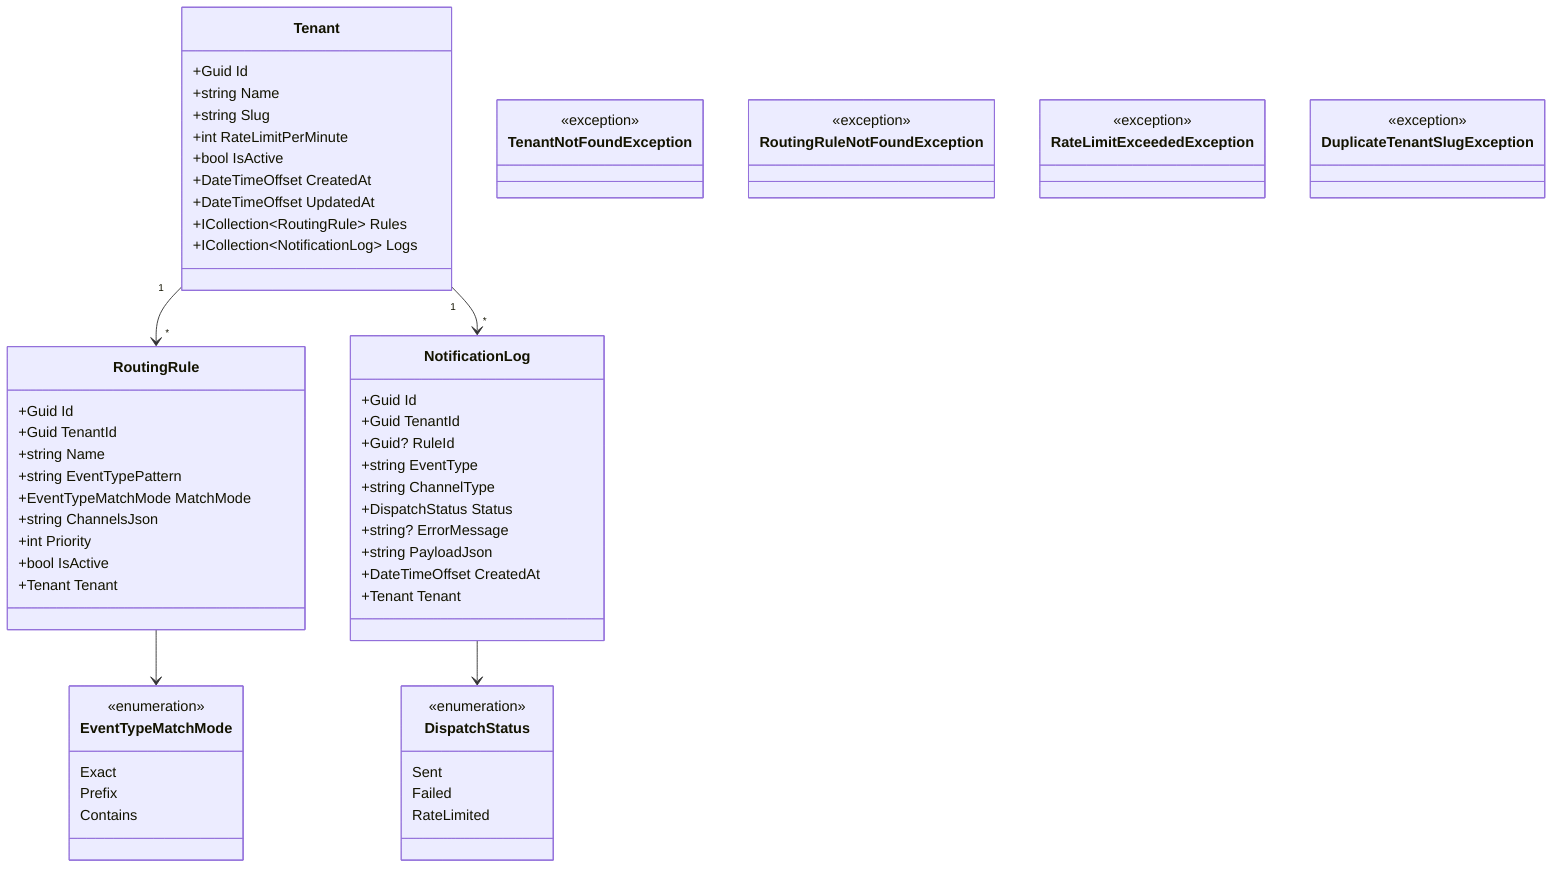
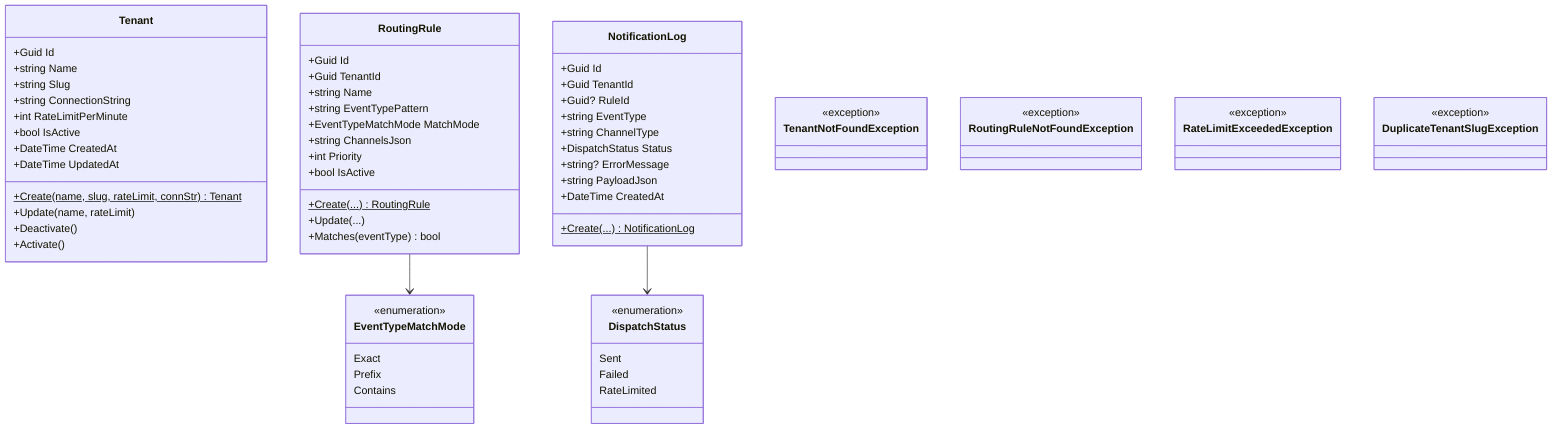
classDiagram
    class Tenant {
        +Guid Id
        +string Name
        +string Slug
+         +string ConnectionString
        +int RateLimitPerMinute
        +bool IsActive
-         +DateTimeOffset CreatedAt
-         +DateTimeOffset UpdatedAt
-         +ICollection~RoutingRule~ Rules
-         +ICollection~NotificationLog~ Logs
+         +DateTime CreatedAt
+         +DateTime UpdatedAt
+         +Create(name, slug, rateLimit, connStr) Tenant$
+         +Update(name, rateLimit)
+         +Deactivate()
+         +Activate()
    }
    class RoutingRule {
        +Guid Id
        +Guid TenantId
        +string Name
        +string EventTypePattern
        +EventTypeMatchMode MatchMode
        +string ChannelsJson
        +int Priority
        +bool IsActive
-         +Tenant Tenant
+         +Create(...) RoutingRule$
+         +Update(...)
+         +Matches(eventType) bool
    }
    class NotificationLog {
        +Guid Id
        +Guid TenantId
        +Guid? RuleId
        +string EventType
        +string ChannelType
        +DispatchStatus Status
        +string? ErrorMessage
        +string PayloadJson
-         +DateTimeOffset CreatedAt
-         +Tenant Tenant
+         +DateTime CreatedAt
+         +Create(...) NotificationLog$
    }
    class EventTypeMatchMode {
        <<enumeration>>
        Exact
        Prefix
        Contains
    }
    class DispatchStatus {
        <<enumeration>>
        Sent
        Failed
        RateLimited
    }
-     class TenantNotFoundException {
-         <<exception>>
-     }
-     class RoutingRuleNotFoundException {
-         <<exception>>
-     }
-     class RateLimitExceededException {
-         <<exception>>
-     }
-     class DuplicateTenantSlugException {
-         <<exception>>
-     }
+     class TenantNotFoundException { <<exception>> }
+     class RoutingRuleNotFoundException { <<exception>> }
+     class RateLimitExceededException { <<exception>> }
+     class DuplicateTenantSlugException { <<exception>> }

-     Tenant "1" --> "*" RoutingRule
-     Tenant "1" --> "*" NotificationLog
    RoutingRule --> EventTypeMatchMode
    NotificationLog --> DispatchStatus
